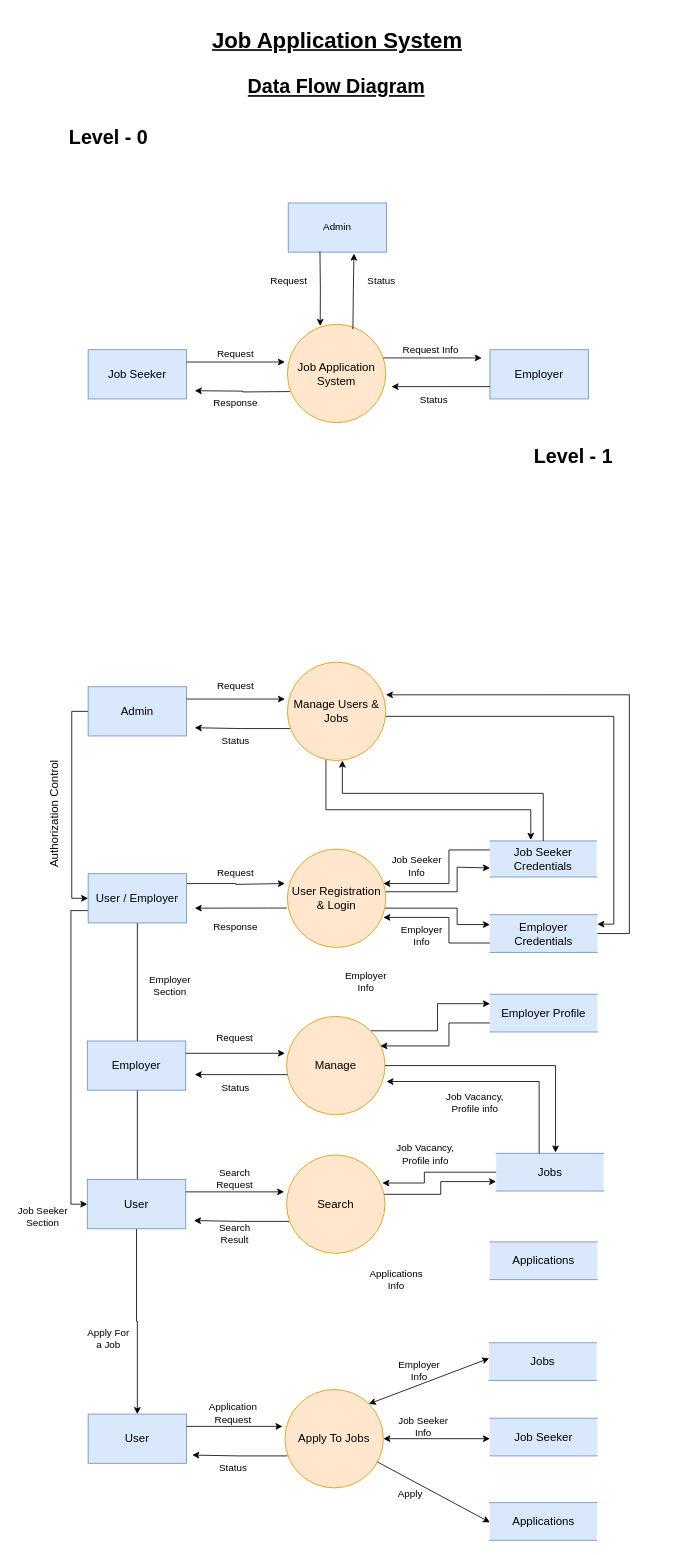
The draw.io diagram page "DFD" (1 of 2) of Job Management System.drawio in ramancodes/Diagrams, before the edit. Source tidied: cells renumbered, new cells numbered last; positions are measured from the earlier drawing's top-left corner, leaving out a move shared by most shapes. Both pictures are drawn from the tidied source at 82%, with x=0, y=0 at pixel (-3, 22).
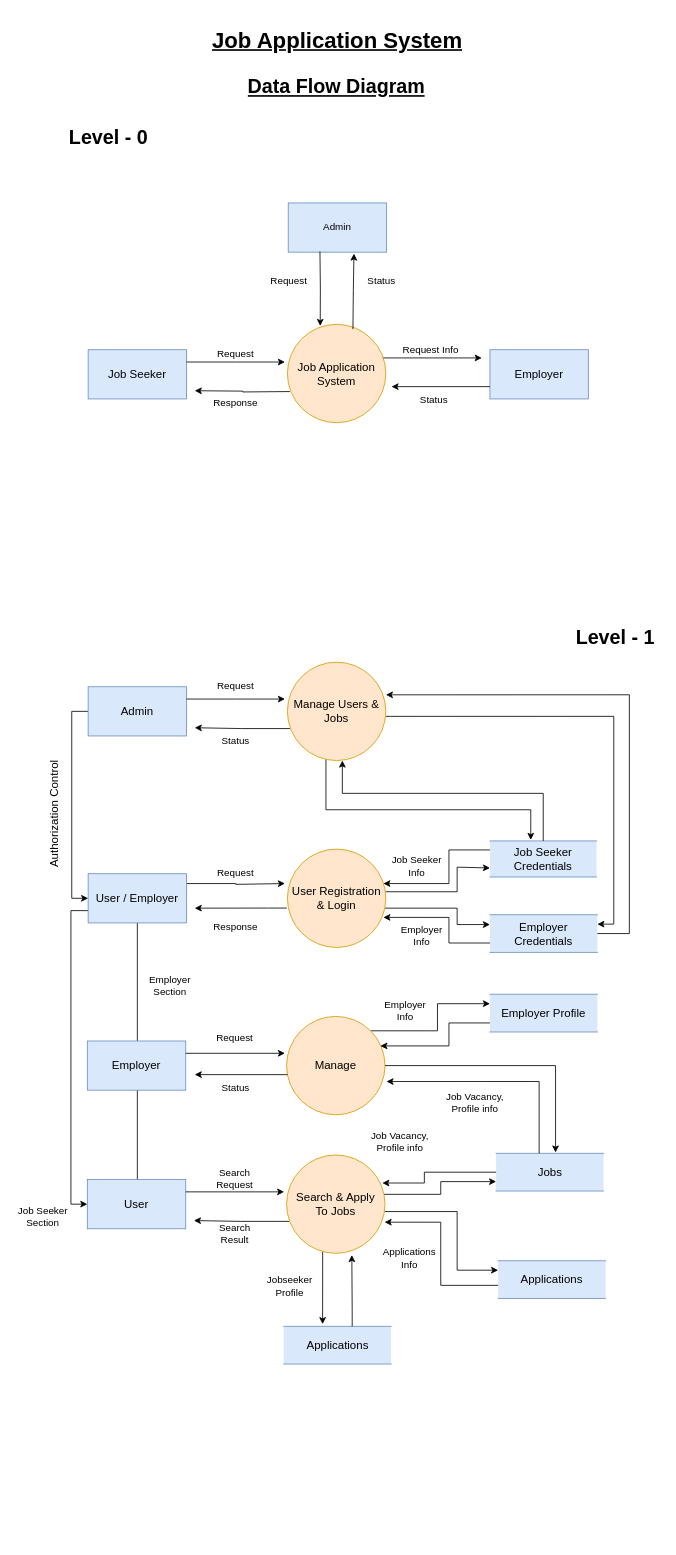
The same diagram, later.

Unchanged cells that the change refers to:
```xml
<mxCell id="30" value="&lt;span style=&quot;font-size: 14px;&quot;&gt;User&lt;/span&gt;" style="rounded=0;whiteSpace=wrap;html=1;fillColor=#dae8fc;strokeColor=#6c8ebf;" parent="1" vertex="1">
  <mxGeometry x="110" y="1411" width="120" height="60" as="geometry" />
</mxCell>
```

The edit, as a diff of the source:
```diff
@@
     <mxCell id="16" value="&lt;h1&gt;Level - 1&lt;/h1&gt;" style="text;html=1;strokeColor=none;fillColor=none;spacing=5;spacingTop=-20;whiteSpace=wrap;overflow=hidden;rounded=0;" parent="1" vertex="1">
-      <mxGeometry x="650" y="510" width="110" height="40" as="geometry" />
+      <mxGeometry x="701" y="730" width="110" height="40" as="geometry" />
     </mxCell>
@@
-    <mxCell id="29" style="edgeStyle=orthogonalEdgeStyle;rounded=0;jettySize=auto;html=1;entryX=0.5;entryY=0;entryDx=0;entryDy=0;" parent="1" edge="1" source="30" target="39">
-      <mxGeometry relative="1" as="geometry" />
-    </mxCell>
@@
+    <mxCell id="94" style="edgeStyle=orthogonalEdgeStyle;rounded=0;jettySize=auto;html=1;entryX=0;entryY=0.25;entryDx=0;entryDy=0;" parent="1" edge="1" source="32" target="79">
+      <mxGeometry relative="1" as="geometry">
+        <Array as="points">
+          <mxPoint x="561" y="1450" />
+          <mxPoint x="561" y="1522" />
+        </Array>
+      </mxGeometry>
+    </mxCell>
+    <mxCell id="95" style="edgeStyle=orthogonalEdgeStyle;rounded=0;jettySize=auto;html=1;entryX=0.362;entryY=-0.059;entryDx=0;entryDy=0;entryPerimeter=0;" parent="1" edge="1" source="32" target="82">
+      <mxGeometry relative="1" as="geometry">
+        <Array as="points">
+          <mxPoint x="397" y="1520" />
+          <mxPoint x="397" y="1520" />
+        </Array>
+      </mxGeometry>
+    </mxCell>
-    <mxCell id="32" value="&lt;span style=&quot;font-size: 14px;&quot;&gt;Search&lt;/span&gt;" style="ellipse;whiteSpace=wrap;html=1;fillColor=#ffe6cc;strokeColor=#d79b00;" parent="1" vertex="1">
+    <mxCell id="32" value="&lt;span style=&quot;font-size: 14px;&quot;&gt;Search &amp;amp; Apply &lt;br&gt;To Jobs&lt;/span&gt;" style="ellipse;whiteSpace=wrap;html=1;fillColor=#ffe6cc;strokeColor=#d79b00;" parent="1" vertex="1">
       <mxGeometry x="353" y="1381" width="120" height="120" as="geometry" />
     </mxCell>
@@
     <mxCell id="37" value="Applications Info" style="text;html=1;strokeColor=none;fillColor=none;align=center;verticalAlign=middle;whiteSpace=wrap;rounded=0;" parent="1" vertex="1">
-      <mxGeometry x="451" y="1518" width="72" height="30" as="geometry" />
+      <mxGeometry x="467" y="1492" width="72" height="30" as="geometry" />
     </mxCell>
     <mxCell id="38" value="Job Vacancy, Profile info" style="text;html=1;strokeColor=none;fillColor=none;align=center;verticalAlign=middle;whiteSpace=wrap;rounded=0;" parent="1" vertex="1">
-      <mxGeometry x="482" y="1365" width="81" height="30" as="geometry" />
+      <mxGeometry x="451" y="1350" width="81" height="30" as="geometry" />
     </mxCell>
-    <mxCell id="39" value="&lt;span style=&quot;font-size: 14px;&quot;&gt;User&lt;/span&gt;" style="rounded=0;whiteSpace=wrap;html=1;fillColor=#dae8fc;strokeColor=#6c8ebf;" parent="1" vertex="1">
-      <mxGeometry x="111" y="1697" width="120" height="60" as="geometry" />
-    </mxCell>
-    <mxCell id="40" value="&lt;span style=&quot;font-size: 14px;&quot;&gt;Apply To Jobs&lt;/span&gt;" style="ellipse;whiteSpace=wrap;html=1;fillColor=#ffe6cc;strokeColor=#d79b00;" parent="1" vertex="1">
-      <mxGeometry x="351" y="1667" width="120" height="120" as="geometry" />
-    </mxCell>
-    <mxCell id="41" style="endArrow=classic;html=1;rounded=0;edgeStyle=orthogonalEdgeStyle;exitX=1;exitY=0.25;exitDx=0;exitDy=0;" parent="1" edge="1" source="39">
-      <mxGeometry relative="1" as="geometry">
-        <mxPoint x="348" y="1712" as="targetPoint" />
-      </mxGeometry>
-    </mxCell>
-    <mxCell id="42" style="endArrow=classic;html=1;rounded=0;edgeStyle=orthogonalEdgeStyle;exitX=0.025;exitY=0.675;exitDx=0;exitDy=0;exitPerimeter=0;" parent="1" edge="1" source="40">
-      <mxGeometry relative="1" as="geometry">
-        <mxPoint x="238" y="1747" as="targetPoint" />
-      </mxGeometry>
-    </mxCell>
-    <mxCell id="43" value="Application Request" style="text;html=1;strokeColor=none;fillColor=none;align=center;verticalAlign=middle;whiteSpace=wrap;rounded=0;" parent="1" vertex="1">
-      <mxGeometry x="258" y="1681" width="60" height="30" as="geometry" />
-    </mxCell>
-    <mxCell id="44" value="Status" style="text;html=1;strokeColor=none;fillColor=none;align=center;verticalAlign=middle;whiteSpace=wrap;rounded=0;" parent="1" vertex="1">
-      <mxGeometry x="258" y="1748" width="60" height="30" as="geometry" />
-    </mxCell>
-    <mxCell id="45" value="Employer Info" style="text;html=1;strokeColor=none;fillColor=none;align=center;verticalAlign=middle;whiteSpace=wrap;rounded=0;" parent="1" vertex="1">
-      <mxGeometry x="479" y="1629" width="72" height="30" as="geometry" />
-    </mxCell>
-    <mxCell id="46" value="Job Seeker Info" style="text;html=1;strokeColor=none;fillColor=none;align=center;verticalAlign=middle;whiteSpace=wrap;rounded=0;" parent="1" vertex="1">
-      <mxGeometry x="486" y="1697" width="68" height="30" as="geometry" />
-    </mxCell>
-    <mxCell id="47" style="endArrow=classic;startArrow=classic;html=1;rounded=0;edgeStyle=orthogonalEdgeStyle;entryX=0;entryY=0.5;entryDx=0;entryDy=0;exitX=1;exitY=0.5;exitDx=0;exitDy=0;" parent="1" edge="1" source="40">
-      <mxGeometry relative="1" as="geometry">
-        <mxPoint x="601" y="1727" as="targetPoint" />
-      </mxGeometry>
-    </mxCell>
-    <mxCell id="48" value="&lt;font style=&quot;font-size: 12px;&quot;&gt;Apply&lt;/font&gt;" style="text;html=1;strokeColor=none;fillColor=none;align=center;verticalAlign=middle;whiteSpace=wrap;rounded=0;" parent="1" vertex="1">
-      <mxGeometry x="474" y="1780" width="60" height="30" as="geometry" />
-    </mxCell>
@@
     <mxCell id="68" value="Employer Info" style="text;html=1;strokeColor=none;fillColor=none;align=center;verticalAlign=middle;whiteSpace=wrap;rounded=0;" parent="1" vertex="1">
-      <mxGeometry x="414" y="1155" width="72" height="30" as="geometry" />
+      <mxGeometry x="462" y="1190" width="72" height="30" as="geometry" />
     </mxCell>
@@
-    <mxCell id="72" style="endArrow=classic;startArrow=classic;html=1;rounded=0;entryX=0;entryY=0.5;entryDx=0;entryDy=0;exitX=1;exitY=0;exitDx=0;exitDy=0;" parent="1" edge="1" source="40">
-      <mxGeometry relative="1" as="geometry">
-        <mxPoint x="600" y="1629" as="targetPoint" />
-      </mxGeometry>
-    </mxCell>
-    <mxCell id="73" style="endArrow=classic;html=1;rounded=0;entryX=0;entryY=0.5;entryDx=0;entryDy=0;" parent="1" edge="1" source="40">
-      <mxGeometry relative="1" as="geometry">
-        <mxPoint x="601" y="1829" as="targetPoint" />
-      </mxGeometry>
-    </mxCell>
@@
     <mxCell id="79" value="&lt;font style=&quot;font-size: 14px;&quot;&gt;Applications&lt;/font&gt;" style="html=1;dashed=0;whiteSpace=wrap;shape=partialRectangle;right=0;left=0;fillColor=#dae8fc;strokeColor=#6c8ebf;" parent="1" vertex="1">
-      <mxGeometry x="601" y="1487" width="131" height="46" as="geometry" />
+      <mxGeometry x="611" y="1510" width="131" height="46" as="geometry" />
     </mxCell>
-    <mxCell id="80" value="&lt;font style=&quot;font-size: 14px;&quot;&gt;Jobs&lt;/font&gt;" style="html=1;dashed=0;whiteSpace=wrap;shape=partialRectangle;right=0;left=0;fillColor=#dae8fc;strokeColor=#6c8ebf;" parent="1" vertex="1">
-      <mxGeometry x="600" y="1610" width="131" height="46" as="geometry" />
-    </mxCell>
-    <mxCell id="81" value="&lt;font style=&quot;font-size: 14px;&quot;&gt;Job Seeker&lt;/font&gt;" style="html=1;dashed=0;whiteSpace=wrap;shape=partialRectangle;right=0;left=0;fillColor=#dae8fc;strokeColor=#6c8ebf;" parent="1" vertex="1">
-      <mxGeometry x="601" y="1702" width="131" height="46" as="geometry" />
-    </mxCell>
-    <mxCell id="82" value="&lt;font style=&quot;font-size: 14px;&quot;&gt;Applications&lt;/font&gt;" style="html=1;dashed=0;whiteSpace=wrap;shape=partialRectangle;right=0;left=0;fillColor=#dae8fc;strokeColor=#6c8ebf;" parent="1" vertex="1">
-      <mxGeometry x="600.5" y="1805" width="131" height="46" as="geometry" />
-    </mxCell>
@@
-    <mxCell id="84" value="Apply For a Job" style="text;html=1;strokeColor=none;fillColor=none;align=center;verticalAlign=middle;whiteSpace=wrap;rounded=0;" parent="1" vertex="1">
-      <mxGeometry x="106" y="1590" width="60" height="30" as="geometry" />
-    </mxCell>
@@
+    <mxCell id="96" style="edgeStyle=orthogonalEdgeStyle;rounded=0;jettySize=auto;html=1;entryX=0.996;entryY=0.683;entryDx=0;entryDy=0;entryPerimeter=0;" parent="1" edge="1" source="79" target="32">
+      <mxGeometry relative="1" as="geometry">
+        <Array as="points">
+          <mxPoint x="541" y="1540" />
+          <mxPoint x="541" y="1463" />
+        </Array>
+      </mxGeometry>
+    </mxCell>
+    <mxCell id="82" value="&lt;font style=&quot;font-size: 14px;&quot;&gt;Applications&lt;/font&gt;" style="html=1;dashed=0;whiteSpace=wrap;shape=partialRectangle;right=0;left=0;fillColor=#dae8fc;strokeColor=#6c8ebf;" parent="1" vertex="1">
+      <mxGeometry x="349.5" y="1590" width="131" height="46" as="geometry" />
+    </mxCell>
+    <mxCell id="97" style="edgeStyle=orthogonalEdgeStyle;rounded=0;jettySize=auto;html=1;entryX=0.663;entryY=1.017;entryDx=0;entryDy=0;entryPerimeter=0;" parent="1" edge="1" source="82" target="32">
+      <mxGeometry relative="1" as="geometry">
+        <Array as="points">
+          <mxPoint x="433" y="1570" />
+          <mxPoint x="433" y="1570" />
+        </Array>
+      </mxGeometry>
+    </mxCell>
+    <mxCell id="98" value="Jobseeker Profile" style="text;html=1;strokeColor=none;fillColor=none;align=center;verticalAlign=middle;whiteSpace=wrap;rounded=0;" parent="1" vertex="1">
+      <mxGeometry x="321" y="1526" width="72" height="30" as="geometry" />
+    </mxCell>
```
